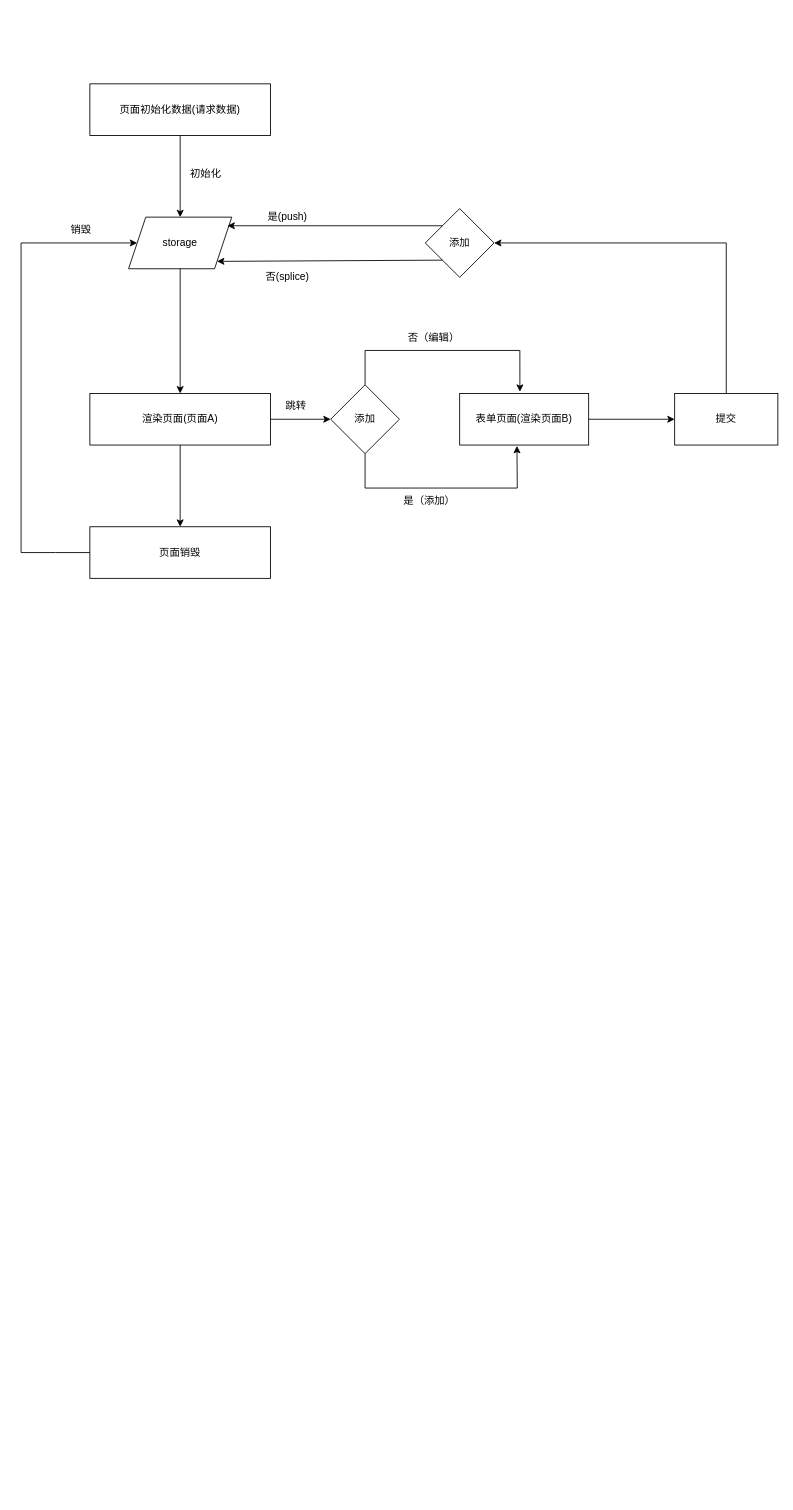
This is 职业方向探索.drawio from Jinxishihenian/mind_mapping, a draw.io file, before an edit. Source tidied: cells renumbered, new cells numbered last; positions are measured from the earlier drawing's top-left corner, leaving out a move shared by most shapes. Both pictures are drawn from the tidied source at 86%, with x=0, y=0 at pixel (21, 83).
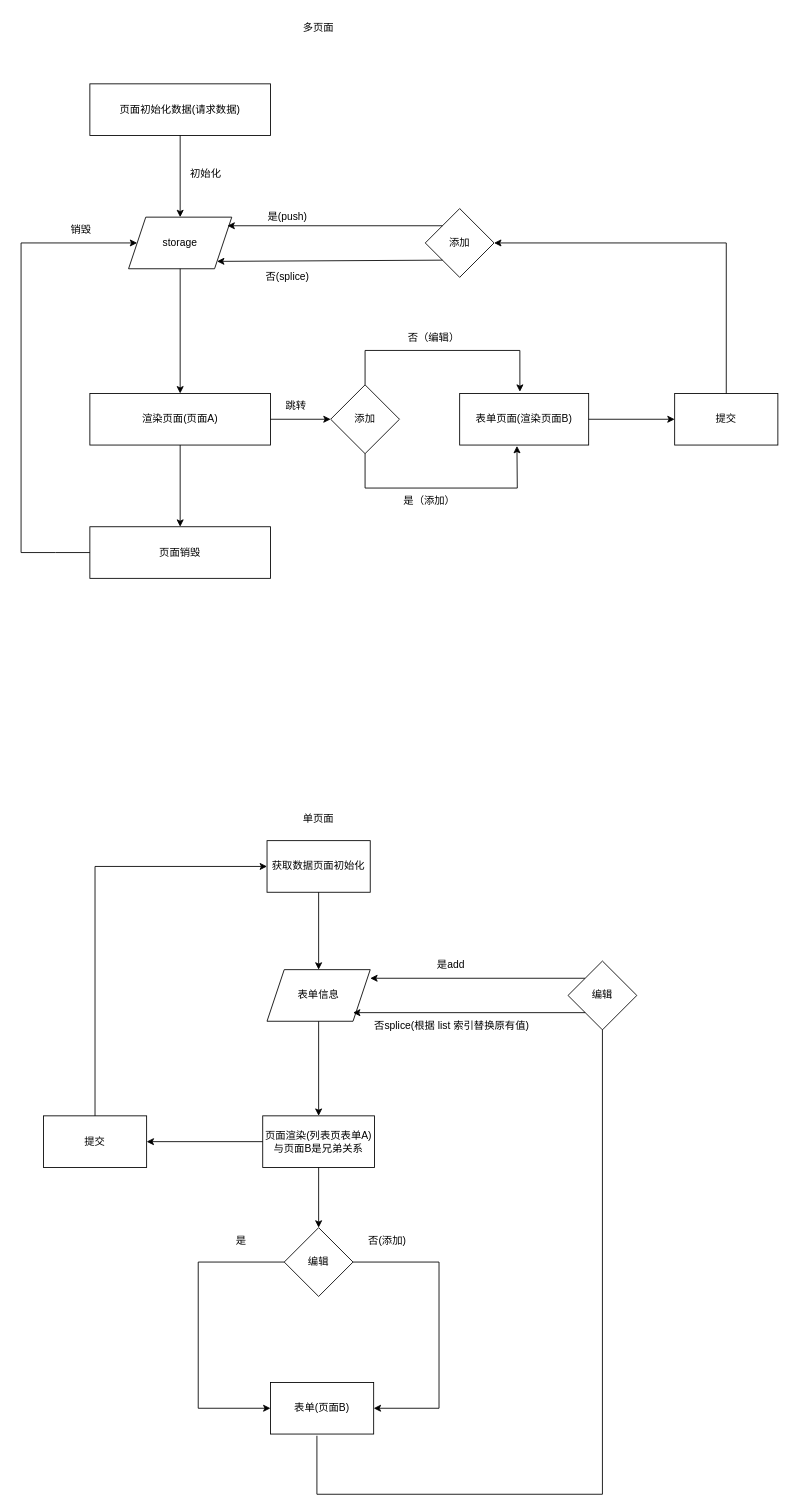
Above is the later version.

What changed in the source:
```diff
@@
+    <mxCell id="28" value="多页面" style="text;html=1;strokeColor=none;fillColor=none;align=center;verticalAlign=middle;whiteSpace=wrap;rounded=0;" parent="1" vertex="1">
+      <mxGeometry x="316" y="-80" width="60" height="30" as="geometry" />
+    </mxCell>
+    <mxCell id="29" value="单页面" style="text;html=1;strokeColor=none;fillColor=none;align=center;verticalAlign=middle;whiteSpace=wrap;rounded=0;" parent="1" vertex="1">
+      <mxGeometry x="316" y="840" width="60" height="30" as="geometry" />
+    </mxCell>
+    <mxCell id="30" value="获取数据页面初始化" style="rounded=0;whiteSpace=wrap;html=1;" parent="1" vertex="1">
+      <mxGeometry x="286" y="880" width="120" height="60" as="geometry" />
+    </mxCell>
+    <mxCell id="31" value="表单信息" style="shape=parallelogram;perimeter=parallelogramPerimeter;whiteSpace=wrap;html=1;fixedSize=1;" parent="1" vertex="1">
+      <mxGeometry x="286" y="1030" width="120" height="60" as="geometry" />
+    </mxCell>
+    <mxCell id="32" value="页面渲染(列表页表单A)&lt;br&gt;与页面B是兄弟关系" style="rounded=0;whiteSpace=wrap;html=1;" parent="1" vertex="1">
+      <mxGeometry x="281" y="1200" width="130" height="60" as="geometry" />
+    </mxCell>
+    <mxCell id="33" style="endArrow=classic;html=1;rounded=0;exitX=0.5;exitY=1;exitDx=0;exitDy=0;" parent="1" edge="1" source="30" target="31">
+      <mxGeometry relative="1" as="geometry" />
+    </mxCell>
+    <mxCell id="34" style="endArrow=classic;html=1;rounded=0;exitX=0.5;exitY=1;exitDx=0;exitDy=0;entryX=0.5;entryY=0;entryDx=0;entryDy=0;" parent="1" edge="1" source="31" target="32">
+      <mxGeometry relative="1" as="geometry" />
+    </mxCell>
+    <mxCell id="35" value="编辑" style="rhombus;whiteSpace=wrap;html=1;" parent="1" vertex="1">
+      <mxGeometry x="306" y="1330" width="80" height="80" as="geometry" />
+    </mxCell>
+    <mxCell id="36" style="endArrow=classic;html=1;rounded=0;exitX=0.5;exitY=1;exitDx=0;exitDy=0;" parent="1" edge="1" source="32" target="35">
+      <mxGeometry relative="1" as="geometry" />
+    </mxCell>
+    <mxCell id="37" style="endArrow=classic;html=1;rounded=0;exitX=1;exitY=0.5;exitDx=0;exitDy=0;entryX=1;entryY=0.5;entryDx=0;entryDy=0;" parent="1" edge="1" source="35" target="41">
+      <mxGeometry relative="1" as="geometry">
+        <Array as="points">
+          <mxPoint x="486" y="1370" />
+          <mxPoint x="486" y="1540" />
+        </Array>
+      </mxGeometry>
+    </mxCell>
+    <mxCell id="38" style="endArrow=classic;html=1;rounded=0;exitX=0;exitY=0.5;exitDx=0;exitDy=0;entryX=0;entryY=0.5;entryDx=0;entryDy=0;" parent="1" edge="1" source="35" target="41">
+      <mxGeometry relative="1" as="geometry">
+        <Array as="points">
+          <mxPoint x="206" y="1370" />
+          <mxPoint x="206" y="1540" />
+        </Array>
+      </mxGeometry>
+    </mxCell>
+    <mxCell id="39" value="是" style="text;html=1;strokeColor=none;fillColor=none;align=center;verticalAlign=middle;whiteSpace=wrap;rounded=0;" parent="1" vertex="1">
+      <mxGeometry x="196" y="1330" width="120" height="30" as="geometry" />
+    </mxCell>
+    <mxCell id="40" value="否(添加)" style="text;html=1;strokeColor=none;fillColor=none;align=center;verticalAlign=middle;whiteSpace=wrap;rounded=0;" parent="1" vertex="1">
+      <mxGeometry x="396" y="1330" width="60" height="30" as="geometry" />
+    </mxCell>
+    <mxCell id="41" value="表单(页面B)" style="rounded=0;whiteSpace=wrap;html=1;" parent="1" vertex="1">
+      <mxGeometry x="290" y="1510" width="120" height="60" as="geometry" />
+    </mxCell>
+    <mxCell id="42" style="endArrow=classic;html=1;rounded=0;exitX=0;exitY=0;exitDx=0;exitDy=0;startArrow=none;" parent="1" edge="1" source="43">
+      <mxGeometry relative="1" as="geometry">
+        <mxPoint x="406" y="1040" as="targetPoint" />
+      </mxGeometry>
+    </mxCell>
+    <mxCell id="43" value="编辑" style="rhombus;whiteSpace=wrap;html=1;" parent="1" vertex="1">
+      <mxGeometry x="636" y="1020" width="80" height="80" as="geometry" />
+    </mxCell>
+    <mxCell id="44" style="endArrow=none;html=1;rounded=0;exitX=0.45;exitY=1.033;exitDx=0;exitDy=0;exitPerimeter=0;" parent="1" edge="1" source="41" target="43">
+      <mxGeometry relative="1" as="geometry">
+        <Array as="points">
+          <mxPoint x="344" y="1640" />
+          <mxPoint x="676" y="1640" />
+        </Array>
+      </mxGeometry>
+    </mxCell>
+    <mxCell id="45" style="endArrow=classic;html=1;rounded=0;exitX=0;exitY=1;exitDx=0;exitDy=0;" parent="1" edge="1" source="43">
+      <mxGeometry relative="1" as="geometry">
+        <mxPoint x="386" y="1080" as="targetPoint" />
+      </mxGeometry>
+    </mxCell>
+    <mxCell id="46" value="是add" style="text;html=1;strokeColor=none;fillColor=none;align=center;verticalAlign=middle;whiteSpace=wrap;rounded=0;" parent="1" vertex="1">
+      <mxGeometry x="470" y="1010" width="60" height="30" as="geometry" />
+    </mxCell>
+    <mxCell id="47" value="否splice(根据 list 索引替换原有值)" style="text;html=1;strokeColor=none;fillColor=none;align=center;verticalAlign=middle;whiteSpace=wrap;rounded=0;" parent="1" vertex="1">
+      <mxGeometry x="406" y="1080" width="190" height="30" as="geometry" />
+    </mxCell>
+    <mxCell id="48" value="提交" style="rounded=0;whiteSpace=wrap;html=1;direction=west;" parent="1" vertex="1">
+      <mxGeometry x="26" y="1200" width="120" height="60" as="geometry" />
+    </mxCell>
+    <mxCell id="49" style="endArrow=classic;html=1;rounded=0;entryX=0;entryY=0.5;entryDx=0;entryDy=0;exitX=0;exitY=0.5;exitDx=0;exitDy=0;" parent="1" edge="1" source="32" target="48">
+      <mxGeometry relative="1" as="geometry" />
+    </mxCell>
+    <mxCell id="50" style="endArrow=classic;html=1;rounded=0;exitX=0.5;exitY=1;exitDx=0;exitDy=0;entryX=0;entryY=0.5;entryDx=0;entryDy=0;" parent="1" edge="1" source="48" target="30">
+      <mxGeometry relative="1" as="geometry">
+        <Array as="points">
+          <mxPoint x="86" y="910" />
+        </Array>
+      </mxGeometry>
+    </mxCell>
```
